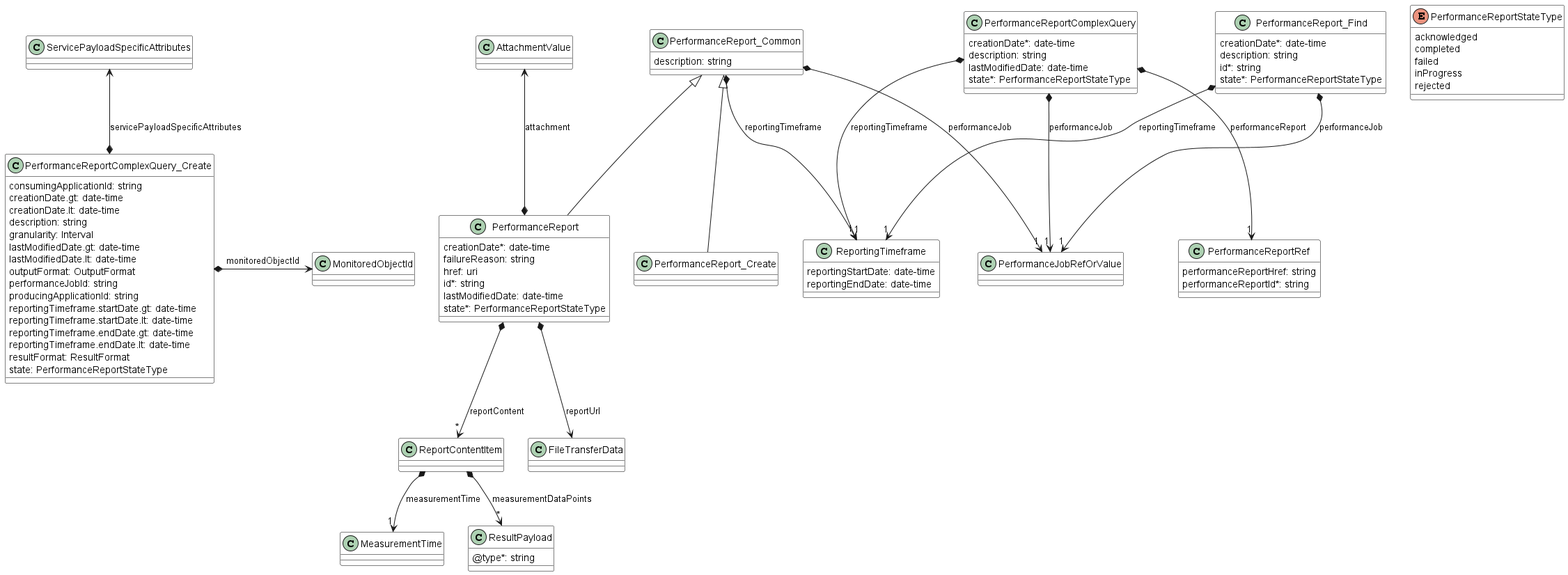
This is documentation/serviceApi/pm/performance/media/performanceMonitoringDataModelPart4.png from MEF-GIT/MEF-LSO-Legato-SDK, a PlantUML export, as it was before one commit. Its diagram source:
```plantuml
@startuml performanceMonitoringDataModelPart4
skinparam {
    ClassBackgroundColor White
    ClassBorderColor Black
}

class PerformanceReport {
    creationDate*: date-time
    failureReason: string
    href: uri
    id*: string
    lastModifiedDate: date-time
    state*: PerformanceReportStateType
}
PerformanceReport_Common <|-- PerformanceReport

PerformanceReport *-u-> AttachmentValue : attachment
PerformanceReport *-->"*" ReportContentItem : reportContent
PerformanceReport *--> FileTransferData : reportUrl

class PerformanceReportComplexQuery {
    creationDate*: date-time
    description: string
    lastModifiedDate: date-time
    state*: PerformanceReportStateType
}
PerformanceReportComplexQuery *-->"1" PerformanceJobRefOrValue : performanceJob
PerformanceReportComplexQuery *-->"1" PerformanceReportRef : performanceReport
PerformanceReportComplexQuery *-->"1" ReportingTimeframe : reportingTimeframe


class PerformanceReportComplexQuery_Create {
    consumingApplicationId: string
    creationDate.gt: date-time
    creationDate.lt: date-time
    description: string
    granularity: Interval
    lastModifiedDate.gt: date-time
    lastModifiedDate.lt: date-time
    outputFormat: OutputFormat
    performanceJobId: string
    producingApplicationId: string
    reportingTimeframe.startDate.gt: date-time
    reportingTimeframe.startDate.lt: date-time
    reportingTimeframe.endDate.gt: date-time
    reportingTimeframe.endDate.lt: date-time
    resultFormat: ResultFormat
    state: PerformanceReportStateType
}
PerformanceReportComplexQuery_Create *-r-> MonitoredObjectId : monitoredObjectId
PerformanceReportComplexQuery_Create *-u-> ServicePayloadSpecificAttributes : servicePayloadSpecificAttributes


class PerformanceReportRef {
    performanceReportHref: string
    performanceReportId*: string
}

enum PerformanceReportStateType {
    acknowledged
    completed
    failed
    inProgress
    rejected
}

class PerformanceReport_Common {
    description: string
}
PerformanceReport_Common *-->"1" PerformanceJobRefOrValue : performanceJob
PerformanceReport_Common *-->"1" ReportingTimeframe : reportingTimeframe

class PerformanceReport_Create {
}
PerformanceReport_Common <|-- PerformanceReport_Create

class PerformanceReport_Find {
    creationDate*: date-time
    description: string
    id*: string
    state*: PerformanceReportStateType
}
PerformanceReport_Find *-->"1" PerformanceJobRefOrValue : performanceJob
PerformanceReport_Find *-->"1" ReportingTimeframe : reportingTimeframe

class ReportContentItem {
}
ReportContentItem *-->"1" MeasurementTime : measurementTime
ReportContentItem *-->"*" ResultPayload : measurementDataPoints

class ReportingTimeframe {
    reportingStartDate: date-time
    reportingEndDate: date-time
}

class ResultPayload {
    @type*: string
}

@enduml
```
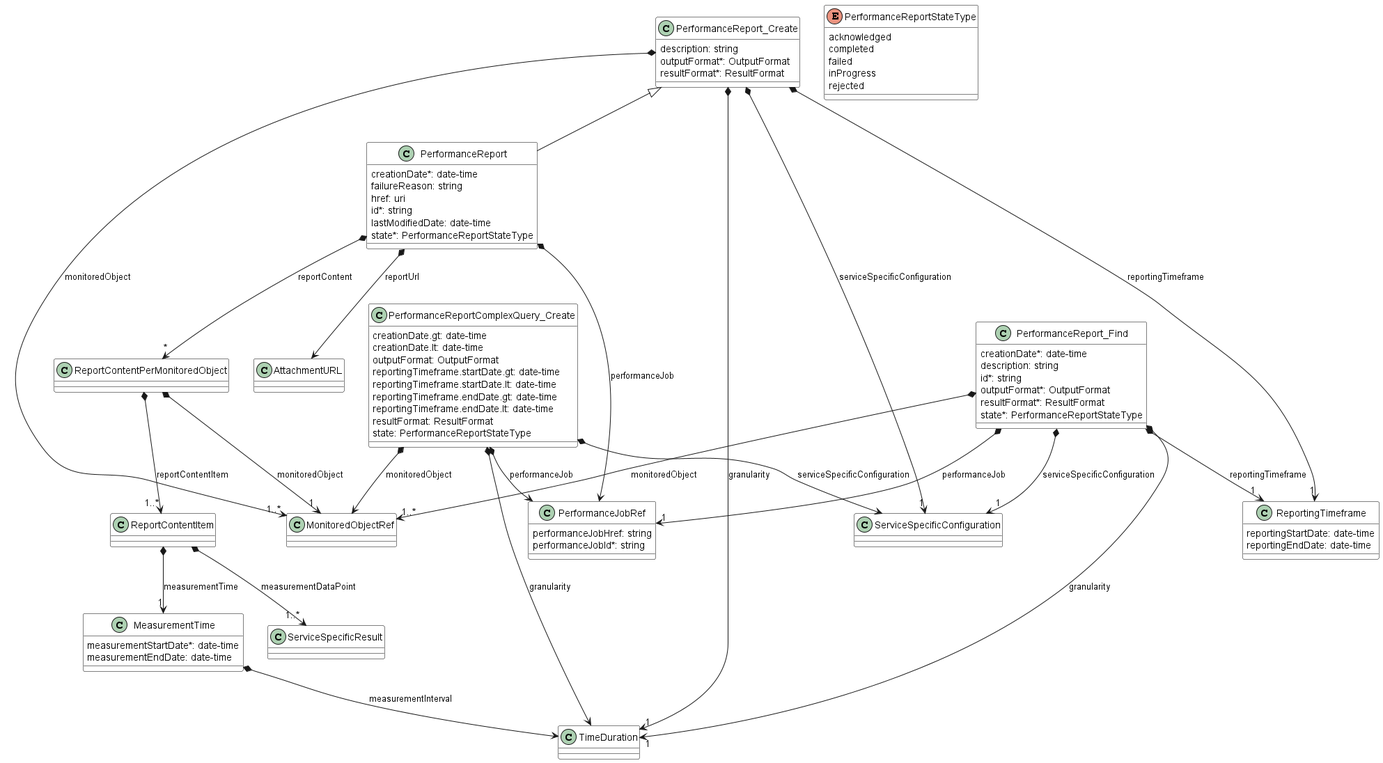
After the change.

What changed in the source:
```diff
@@ -5,6 +5,7 @@
 }
 
 class PerformanceReport {
+
     creationDate*: date-time
     failureReason: string
     href: uri
@@ -12,34 +13,23 @@
     lastModifiedDate: date-time
     state*: PerformanceReportStateType
 }
-PerformanceReport_Common <|-- PerformanceReport
+PerformanceReport_Create <|-- PerformanceReport
 
-PerformanceReport *-u-> AttachmentValue : attachment
-PerformanceReport *-->"*" ReportContentItem : reportContent
-PerformanceReport *--> FileTransferData : reportUrl
+PerformanceReport *--> PerformanceJobRef : performanceJob
+PerformanceReport *-->"*" ReportContentPerMonitoredObject : reportContent
+PerformanceReport *--> AttachmentURL : reportUrl
 
-class PerformanceReportComplexQuery {
-    creationDate*: date-time
-    description: string
-    lastModifiedDate: date-time
-    state*: PerformanceReportStateType
+class PerformanceJobRef {
+
+    performanceJobHref: string
+    performanceJobId*: string
 }
-PerformanceReportComplexQuery *-->"1" PerformanceJobRefOrValue : performanceJob
-PerformanceReportComplexQuery *-->"1" PerformanceReportRef : performanceReport
-PerformanceReportComplexQuery *-->"1" ReportingTimeframe : reportingTimeframe
-
 
 class PerformanceReportComplexQuery_Create {
-    consumingApplicationId: string
+
     creationDate.gt: date-time
     creationDate.lt: date-time
-    description: string
-    granularity: Interval
-    lastModifiedDate.gt: date-time
-    lastModifiedDate.lt: date-time
     outputFormat: OutputFormat
-    performanceJobId: string
-    producingApplicationId: string
     reportingTimeframe.startDate.gt: date-time
     reportingTimeframe.startDate.lt: date-time
     reportingTimeframe.endDate.gt: date-time
@@ -47,54 +37,80 @@
     resultFormat: ResultFormat
     state: PerformanceReportStateType
 }
-PerformanceReportComplexQuery_Create *-r-> MonitoredObjectId : monitoredObjectId
-PerformanceReportComplexQuery_Create *-u-> ServicePayloadSpecificAttributes : servicePayloadSpecificAttributes
+
+PerformanceReportComplexQuery_Create *--> TimeDuration : granularity
+PerformanceReportComplexQuery_Create *--> MonitoredObjectRef : monitoredObject
+PerformanceReportComplexQuery_Create *--> PerformanceJobRef : performanceJob
+PerformanceReportComplexQuery_Create *--> ServiceSpecificConfiguration : serviceSpecificConfiguration
 
 
-class PerformanceReportRef {
-    performanceReportHref: string
-    performanceReportId*: string
-}
+enum PerformanceReportStateType {
 
-enum PerformanceReportStateType {
     acknowledged
     completed
     failed
     inProgress
     rejected
 }
+class PerformanceReport_Create {
 
-class PerformanceReport_Common {
     description: string
+    outputFormat*: OutputFormat
+    resultFormat*: ResultFormat
 }
-PerformanceReport_Common *-->"1" PerformanceJobRefOrValue : performanceJob
-PerformanceReport_Common *-->"1" ReportingTimeframe : reportingTimeframe
 
-class PerformanceReport_Create {
-}
-PerformanceReport_Common <|-- PerformanceReport_Create
+PerformanceReport_Create *-->"1" TimeDuration : granularity
+PerformanceReport_Create *-->"1..*" MonitoredObjectRef : monitoredObject
+PerformanceReport_Create *-->"1" ReportingTimeframe : reportingTimeframe
+PerformanceReport_Create *-->"1" ServiceSpecificConfiguration : serviceSpecificConfiguration
+
 
 class PerformanceReport_Find {
+
     creationDate*: date-time
     description: string
     id*: string
+    outputFormat*: OutputFormat
+    resultFormat*: ResultFormat
     state*: PerformanceReportStateType
 }
-PerformanceReport_Find *-->"1" PerformanceJobRefOrValue : performanceJob
+
+PerformanceReport_Find *-->"1" TimeDuration : granularity
+PerformanceReport_Find *-->"1..*" MonitoredObjectRef : monitoredObject
+PerformanceReport_Find *-->"1" PerformanceJobRef : performanceJob
 PerformanceReport_Find *-->"1" ReportingTimeframe : reportingTimeframe
+PerformanceReport_Find *-->"1" ServiceSpecificConfiguration : serviceSpecificConfiguration
 
 class ReportContentItem {
+
 }
+
 ReportContentItem *-->"1" MeasurementTime : measurementTime
-ReportContentItem *-->"*" ResultPayload : measurementDataPoints
+ReportContentItem *-->"1..*" ServiceSpecificResult : measurementDataPoint
+
+
+class ReportContentPerMonitoredObject {
+
+}
+
+ReportContentPerMonitoredObject *-->"1" MonitoredObjectRef : monitoredObject
+ReportContentPerMonitoredObject *-->"1..*" ReportContentItem : reportContentItem
+
 
 class ReportingTimeframe {
+
     reportingStartDate: date-time
     reportingEndDate: date-time
 }
 
-class ResultPayload {
-    @type*: string
+
+class MeasurementTime {
+
+    measurementStartDate*: date-time
+    measurementEndDate: date-time
 }
 
+MeasurementTime *--> TimeDuration : measurementInterval
+
+
 @enduml
```
